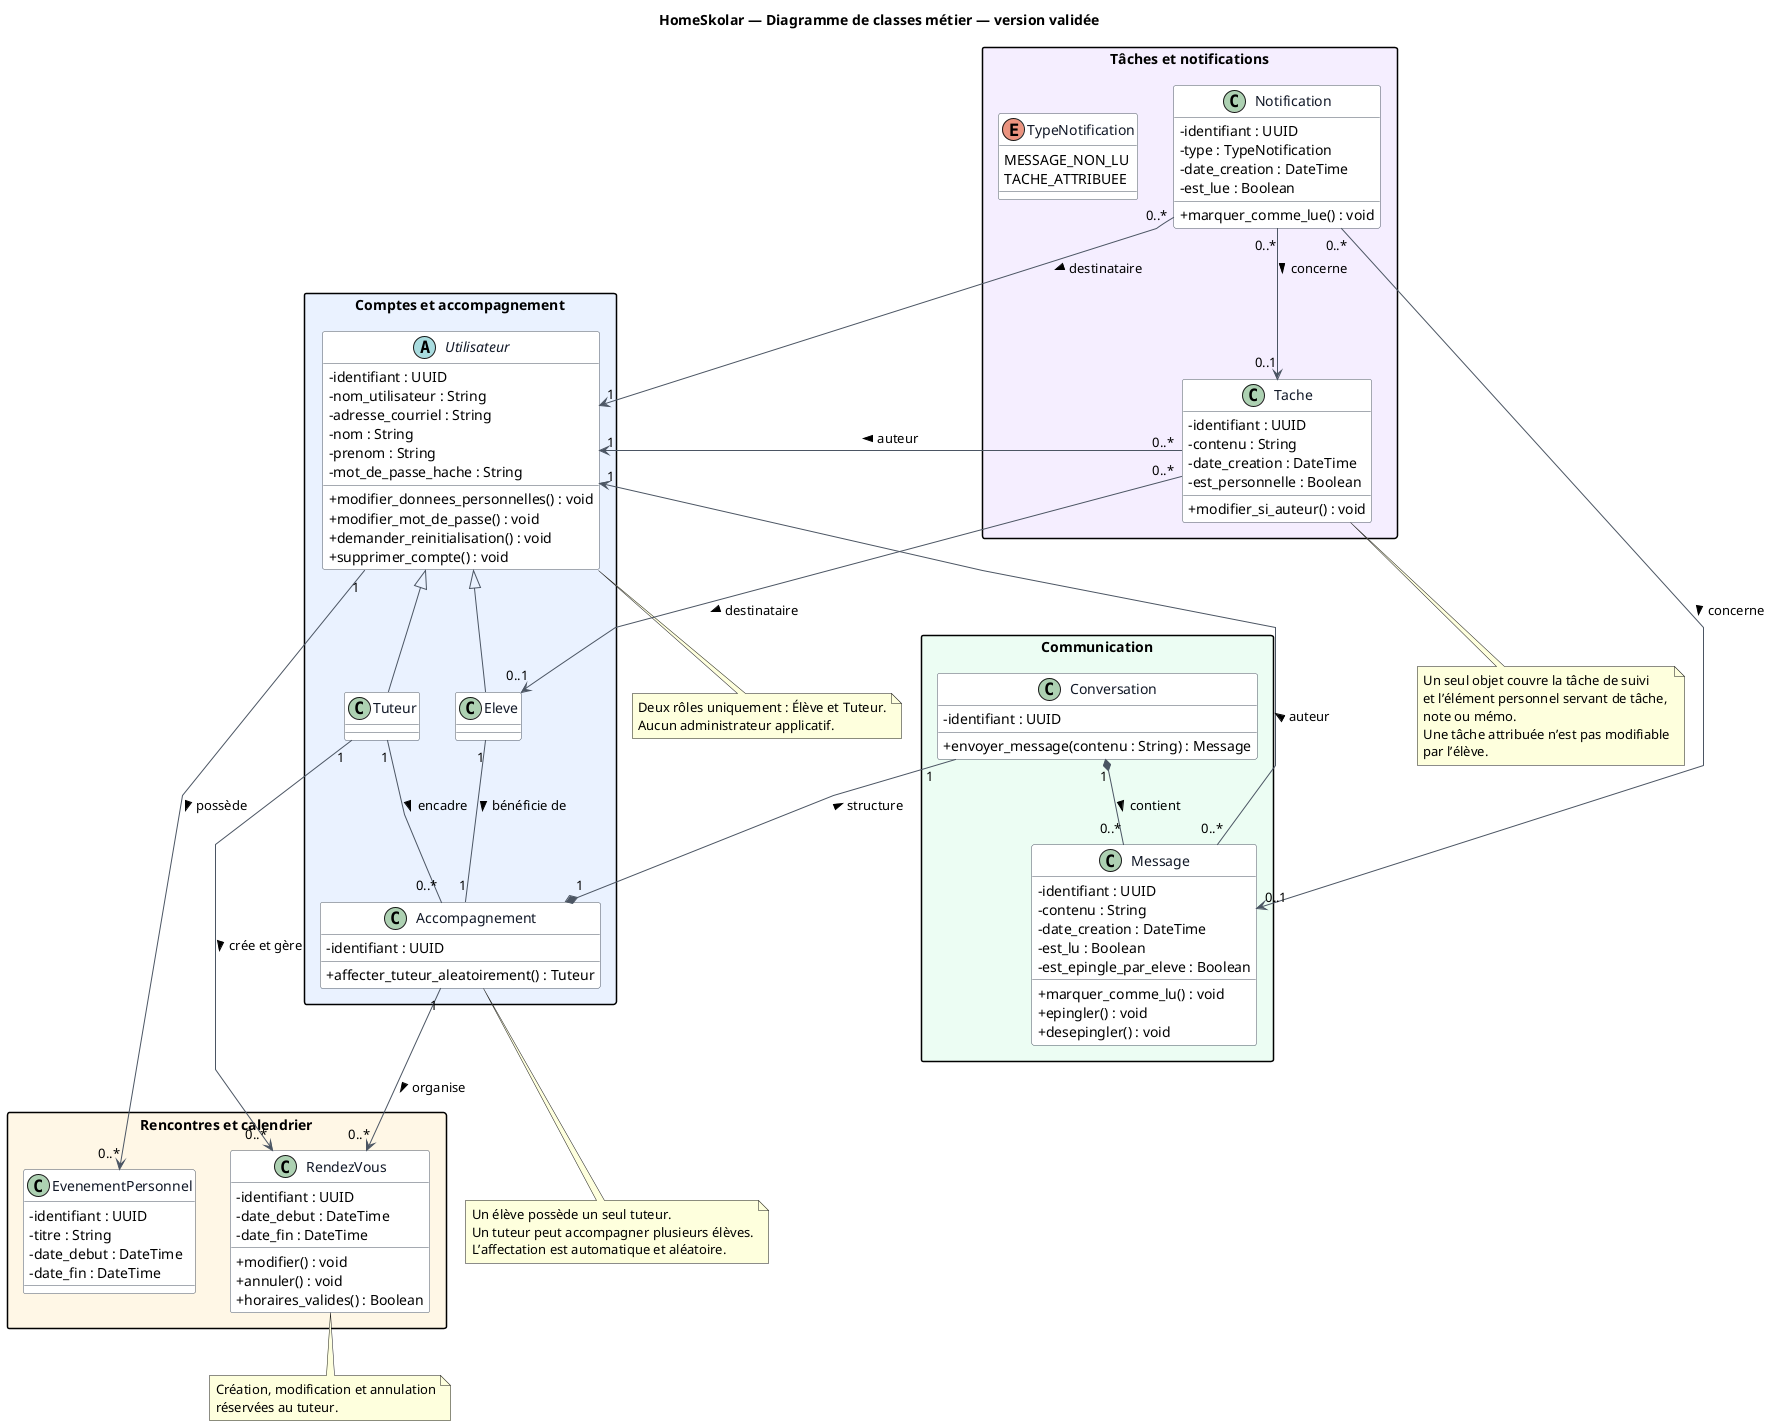
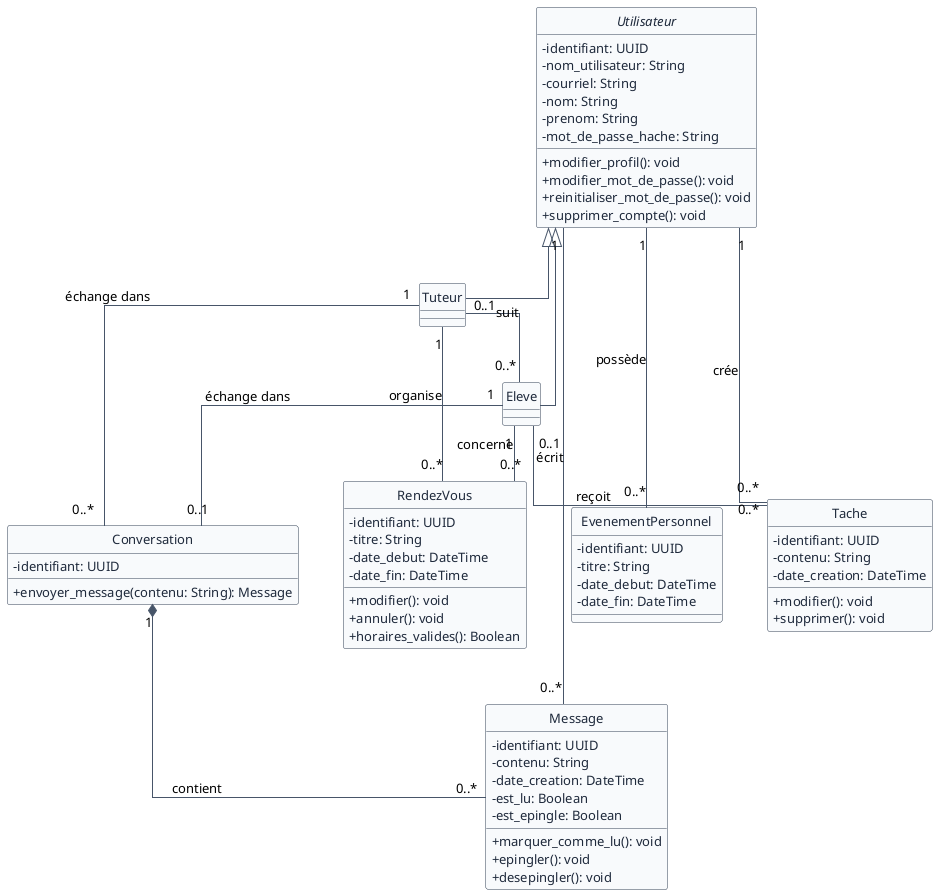
@startuml
- title HomeSkolar — Diagramme de classes métier — version validée
top to bottom direction

+ hide circle
skinparam backgroundColor #FFFFFF
skinparam shadowing false
+ skinparam linetype ortho
+ skinparam nodesep 45
+ skinparam ranksep 55
skinparam classAttributeIconSize 0
- skinparam packageStyle rectangle
- skinparam linetype polyline
- skinparam class {
-   BackgroundColor #FFFFFF
-   BorderColor #4B5563
-   ArrowColor #4B5563
-   FontColor #111827
+ skinparam defaultFontName sans-serif
+ skinparam defaultFontSize 13
+ skinparam ArrowColor #475569
+ skinparam classBorderColor #334155
+ skinparam classFontColor #0F172A
+ skinparam classAttributeFontColor #1E293B
+ skinparam classBackgroundColor #F8FAFC
+ 
+ abstract class Utilisateur {
+   - identifiant: UUID
+   - nom_utilisateur: String
+   - courriel: String
+   - nom: String
+   - prenom: String
+   - mot_de_passe_hache: String
+   + modifier_profil(): void
+   + modifier_mot_de_passe(): void
+   + reinitialiser_mot_de_passe(): void
+   + supprimer_compte(): void
}

- package "Comptes et accompagnement" #EAF2FF {
-   abstract class Utilisateur {
-     - identifiant : UUID
-     - nom_utilisateur : String
-     - adresse_courriel : String
-     - nom : String
-     - prenom : String
-     - mot_de_passe_hache : String
-     + modifier_donnees_personnelles() : void
-     + modifier_mot_de_passe() : void
-     + demander_reinitialisation() : void
-     + supprimer_compte() : void
-   }
+ class Eleve
+ class Tuteur

-   class Eleve
-   class Tuteur
- 
-   class Accompagnement {
-     - identifiant : UUID
-     + affecter_tuteur_aleatoirement() : Tuteur
-   }
- 
-   Utilisateur <|-- Eleve
-   Utilisateur <|-- Tuteur
-   Tuteur "1" -- "0..*" Accompagnement : encadre >
-   Eleve "1" -- "1" Accompagnement : bénéficie de >
+ class Conversation {
+   - identifiant: UUID
+   + envoyer_message(contenu: String): Message
}

- package "Communication" #ECFDF3 {
-   class Conversation {
-     - identifiant : UUID
-     + envoyer_message(contenu : String) : Message
-   }
- 
-   class Message {
-     - identifiant : UUID
-     - contenu : String
-     - date_creation : DateTime
-     - est_lu : Boolean
-     - est_epingle_par_eleve : Boolean
-     + marquer_comme_lu() : void
-     + epingler() : void
-     + desepingler() : void
-   }
- 
-   Conversation "1" *-- "0..*" Message : contient >
-   Message "0..*" --> "1" Utilisateur : auteur >
+ class Message {
+   - identifiant: UUID
+   - contenu: String
+   - date_creation: DateTime
+   - est_lu: Boolean
+   - est_epingle: Boolean
+   + marquer_comme_lu(): void
+   + epingler(): void
+   + desepingler(): void
}

- package "Rencontres et calendrier" #FFF7E6 {
-   class RendezVous {
-     - identifiant : UUID
-     - date_debut : DateTime
-     - date_fin : DateTime
-     + modifier() : void
-     + annuler() : void
-     + horaires_valides() : Boolean
-   }
- 
-   class EvenementPersonnel {
-     - identifiant : UUID
-     - titre : String
-     - date_debut : DateTime
-     - date_fin : DateTime
-   }
- 
-   Tuteur "1" --> "0..*" RendezVous : crée et gère >
-   Accompagnement "1" --> "0..*" RendezVous : organise >
-   Utilisateur "1" --> "0..*" EvenementPersonnel : possède >
+ class RendezVous {
+   - identifiant: UUID
+   - titre: String
+   - date_debut: DateTime
+   - date_fin: DateTime
+   + modifier(): void
+   + annuler(): void
+   + horaires_valides(): Boolean
}

- package "Tâches et notifications" #F5EEFF {
-   class Tache {
-     - identifiant : UUID
-     - contenu : String
-     - date_creation : DateTime
-     - est_personnelle : Boolean
-     + modifier_si_auteur() : void
-   }
- 
-   class Notification {
-     - identifiant : UUID
-     - type : TypeNotification
-     - date_creation : DateTime
-     - est_lue : Boolean
-     + marquer_comme_lue() : void
-   }
- 
-   enum TypeNotification {
-     MESSAGE_NON_LU
-     TACHE_ATTRIBUEE
-   }
- 
-   Tache "0..*" --> "1" Utilisateur : auteur >
-   Tache "0..*" --> "0..1" Eleve : destinataire >
-   Notification "0..*" --> "1" Utilisateur : destinataire >
-   Notification "0..*" --> "0..1" Message : concerne >
-   Notification "0..*" --> "0..1" Tache : concerne >
+ class EvenementPersonnel {
+   - identifiant: UUID
+   - titre: String
+   - date_debut: DateTime
+   - date_fin: DateTime
}

- Accompagnement "1" *-- "1" Conversation : structure >
+ class Tache {
+   - identifiant: UUID
+   - contenu: String
+   - date_creation: DateTime
+   + modifier(): void
+   + supprimer(): void
+ }

+ Utilisateur <|-- Eleve
+ Utilisateur <|-- Tuteur
+ 
+ Tuteur "0..1" -- "0..*" Eleve : suit
+ Eleve "1" -- "0..1" Conversation : échange dans
+ Tuteur "1" -- "0..*" Conversation : échange dans
+ Conversation "1" *-- "0..*" Message : contient
+ Utilisateur "1" -- "0..*" Message : écrit
+ Tuteur "1" -- "0..*" RendezVous : organise
+ Eleve "1" -- "0..*" RendezVous : concerne
+ Utilisateur "1" -- "0..*" EvenementPersonnel : possède
+ Utilisateur "1" -- "0..*" Tache : crée
+ Eleve "0..1" -- "0..*" Tache : reçoit
+ 
+ ' Contraintes invisibles destinées uniquement à stabiliser la mise en page.
Conversation -[hidden]right- RendezVous
- Conversation -[hidden]down- Tache
- Utilisateur -[hidden]down- Conversation
+ RendezVous -[hidden]right- EvenementPersonnel
+ EvenementPersonnel -[hidden]right- Tache

- note bottom of Accompagnement
- Un élève possède un seul tuteur.
- Un tuteur peut accompagner plusieurs élèves.
- L’affectation est automatique et aléatoire.
- end note
- 
- note bottom of RendezVous
- Création, modification et annulation
- réservées au tuteur.
- end note
- 
- note bottom of Tache
- Un seul objet couvre la tâche de suivi
- et l’élément personnel servant de tâche,
- note ou mémo.
- Une tâche attribuée n’est pas modifiable
- par l’élève.
- end note
- 
- note bottom of Utilisateur
- Deux rôles uniquement : Élève et Tuteur.
- Aucun administrateur applicatif.
- end note
@enduml
